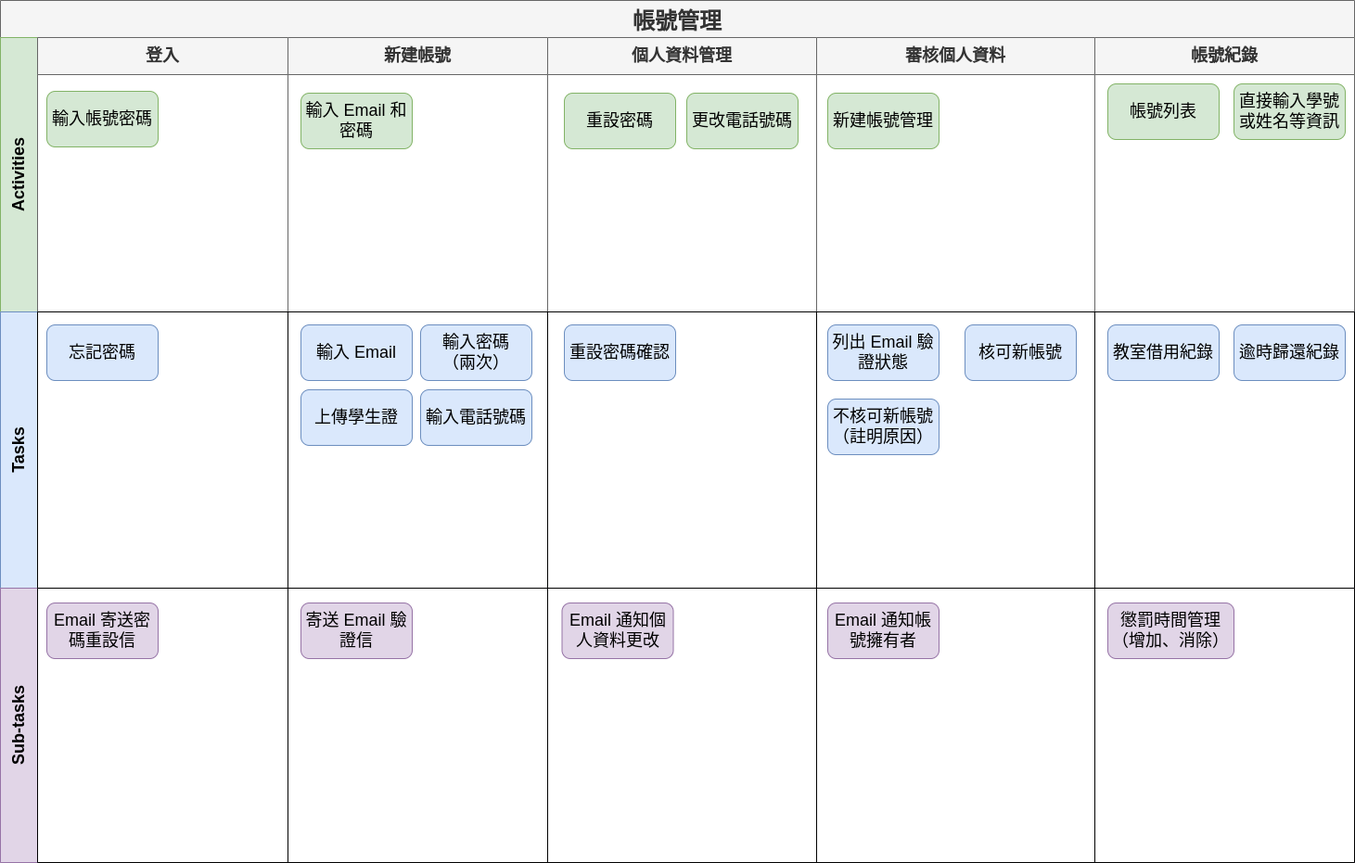
Earlier version of the draw.io export doc/img/UserStoryMap-AccountManagement.png (asas1asas200/NTOUClassroomBorrowing). Source tidied: cells renumbered, new cells last; positions are measured from the earlier drawing's top-left corner, leaving out a move shared by most shapes.
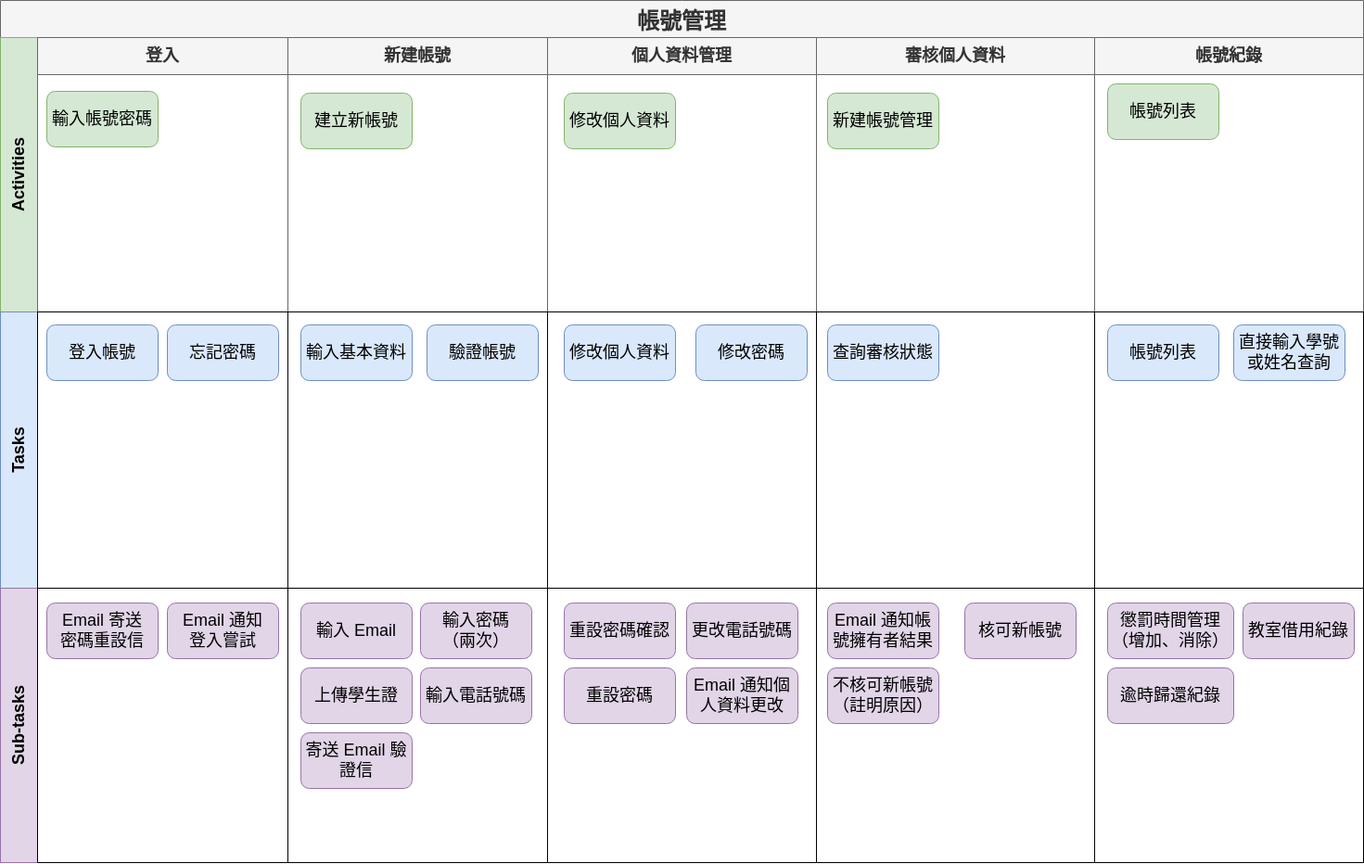
Above is the later version.

Commit message:
fix(SRS): correct User Story Map (Sec. 2)

Diff of the diagram source:
```diff
@@ -3,10 +3,10 @@
     <mxCell id="0" />
     <mxCell id="1" parent="0" />
     <mxCell id="2" value="&lt;font style=&quot;font-size: 24px;&quot;&gt;帳號管理&lt;/font&gt;" style="shape=table;rowLines=0;columnLines=0;startSize=40;html=1;whiteSpace=wrap;fontStyle=1;align=center;labelBackgroundColor=none;strokeWidth=1;fontSize=30;fillColor=#f5f5f5;strokeColor=#666666;fontColor=#333333;" parent="1" vertex="1">
-      <mxGeometry width="1460" height="930" as="geometry" />
+      <mxGeometry width="1470" height="930" as="geometry" />
     </mxCell>
     <mxCell id="3" value="Activities" style="swimlane;horizontal=0;startSize=40;html=1;whiteSpace=wrap;fontStyle=1;fillColor=#d5e8d4;strokeColor=#82b366;fontSize=18;" parent="2" vertex="1">
-      <mxGeometry y="40" width="1460" height="296" as="geometry" />
+      <mxGeometry y="40" width="1470" height="296" as="geometry" />
     </mxCell>
     <mxCell id="4" value="登入" style="swimlane;startSize=40;html=1;whiteSpace=wrap;fillColor=#f5f5f5;strokeColor=#666666;fontColor=#333333;fontSize=18;" parent="3" vertex="1">
       <mxGeometry x="40" width="270" height="296" as="geometry" />
@@ -17,116 +17,140 @@
     <mxCell id="6" value="新建帳號" style="swimlane;startSize=40;html=1;whiteSpace=wrap;fillColor=#f5f5f5;strokeColor=#666666;fontColor=#333333;fontSize=18;" parent="3" vertex="1">
       <mxGeometry x="310" width="280" height="296" as="geometry" />
     </mxCell>
-    <mxCell id="7" value="輸入 Email 和密碼" style="rounded=1;whiteSpace=wrap;html=1;labelBackgroundColor=none;strokeWidth=1;fontSize=18;fillColor=#d5e8d4;strokeColor=#82b366;" parent="6" vertex="1">
+    <mxCell id="7" value="建立新帳號" style="rounded=1;whiteSpace=wrap;html=1;labelBackgroundColor=none;strokeWidth=1;fontSize=18;fillColor=#d5e8d4;strokeColor=#82b366;" parent="6" vertex="1">
       <mxGeometry x="14" y="60" width="120" height="60" as="geometry" />
     </mxCell>
     <mxCell id="8" value="個人資料管理" style="swimlane;startSize=40;html=1;whiteSpace=wrap;fillColor=#f5f5f5;strokeColor=#666666;fontColor=#333333;fontSize=18;" parent="3" vertex="1">
       <mxGeometry x="590" width="290" height="296" as="geometry" />
     </mxCell>
-    <mxCell id="9" value="重設密碼" style="rounded=1;whiteSpace=wrap;html=1;strokeWidth=1;fillColor=#d5e8d4;strokeColor=#82b366;fontSize=18;" parent="8" vertex="1">
+    <mxCell id="9" value="修改個人資料" style="rounded=1;whiteSpace=wrap;html=1;strokeWidth=1;fillColor=#d5e8d4;strokeColor=#82b366;fontSize=18;" parent="8" vertex="1">
       <mxGeometry x="18" y="60" width="120" height="60" as="geometry" />
     </mxCell>
-    <mxCell id="10" value="更改電話號碼" style="rounded=1;whiteSpace=wrap;html=1;strokeWidth=1;fillColor=#d5e8d4;strokeColor=#82b366;fontSize=18;" parent="8" vertex="1">
-      <mxGeometry x="150" y="60" width="120" height="60" as="geometry" />
+    <mxCell id="10" value="審核個人資料" style="swimlane;startSize=40;html=1;whiteSpace=wrap;fillColor=#f5f5f5;strokeColor=#666666;fontColor=#333333;fontSize=18;" parent="3" vertex="1">
+      <mxGeometry x="880" width="300" height="296" as="geometry" />
     </mxCell>
-    <mxCell id="11" value="審核個人資料" style="swimlane;startSize=40;html=1;whiteSpace=wrap;fillColor=#f5f5f5;strokeColor=#666666;fontColor=#333333;fontSize=18;" parent="3" vertex="1">
-      <mxGeometry x="880" width="300" height="296" as="geometry" />
+    <mxCell id="11" value="新建帳號管理" style="rounded=1;whiteSpace=wrap;html=1;strokeWidth=1;fillColor=#d5e8d4;strokeColor=#82b366;fontSize=18;" parent="10" vertex="1">
+      <mxGeometry x="12" y="60" width="120" height="60" as="geometry" />
     </mxCell>
-    <mxCell id="12" value="新建帳號管理" style="rounded=1;whiteSpace=wrap;html=1;strokeWidth=1;fillColor=#d5e8d4;strokeColor=#82b366;fontSize=18;" parent="11" vertex="1">
-      <mxGeometry x="12" y="60" width="120" height="60" as="geometry" />
+    <mxCell id="12" value="帳號紀錄" style="swimlane;startSize=40;html=1;whiteSpace=wrap;fillColor=#f5f5f5;strokeColor=#666666;fontColor=#333333;fontSize=18;" parent="3" vertex="1">
+      <mxGeometry x="1180" width="290" height="296" as="geometry" />
     </mxCell>
-    <mxCell id="13" value="帳號紀錄" style="swimlane;startSize=40;html=1;whiteSpace=wrap;fillColor=#f5f5f5;strokeColor=#666666;fontColor=#333333;fontSize=18;" parent="3" vertex="1">
-      <mxGeometry x="1180" width="280" height="296" as="geometry" />
+    <mxCell id="13" value="帳號列表" style="rounded=1;whiteSpace=wrap;html=1;strokeWidth=1;fillColor=#d5e8d4;strokeColor=#82b366;fontSize=18;" parent="12" vertex="1">
+      <mxGeometry x="14" y="50" width="120" height="60" as="geometry" />
     </mxCell>
-    <mxCell id="14" value="帳號列表" style="rounded=1;whiteSpace=wrap;html=1;strokeWidth=1;fillColor=#d5e8d4;strokeColor=#82b366;fontSize=18;" parent="13" vertex="1">
-      <mxGeometry x="14" y="50" width="120" height="60" as="geometry" />
+    <mxCell id="14" value="Tasks" style="swimlane;horizontal=0;startSize=40;html=1;whiteSpace=wrap;fillColor=#dae8fc;strokeColor=#6c8ebf;fontSize=18;" parent="2" vertex="1">
+      <mxGeometry y="336" width="1470" height="298" as="geometry" />
     </mxCell>
-    <mxCell id="15" value="直接輸入學號或姓名等資訊" style="rounded=1;whiteSpace=wrap;html=1;strokeWidth=1;fillColor=#d5e8d4;strokeColor=#82b366;fontSize=18;" parent="13" vertex="1">
-      <mxGeometry x="150" y="50" width="120" height="60" as="geometry" />
+    <mxCell id="15" style="swimlane;startSize=0;html=1;whiteSpace=wrap;fontSize=18;" parent="14" vertex="1">
+      <mxGeometry x="40" width="270" height="298" as="geometry" />
     </mxCell>
-    <mxCell id="16" value="Tasks" style="swimlane;horizontal=0;startSize=40;html=1;whiteSpace=wrap;fillColor=#dae8fc;strokeColor=#6c8ebf;fontSize=18;" parent="2" vertex="1">
-      <mxGeometry y="336" width="1460" height="298" as="geometry" />
+    <mxCell id="16" value="登入帳號" style="rounded=1;whiteSpace=wrap;html=1;strokeWidth=1;fillColor=#dae8fc;strokeColor=#6c8ebf;fontSize=18;" parent="15" vertex="1">
+      <mxGeometry x="10" y="14" width="120" height="60" as="geometry" />
     </mxCell>
-    <mxCell id="17" style="swimlane;startSize=0;html=1;whiteSpace=wrap;fontSize=18;" parent="16" vertex="1">
-      <mxGeometry x="40" width="270" height="298" as="geometry" />
+    <mxCell id="17" value="忘記密碼" style="rounded=1;whiteSpace=wrap;html=1;strokeWidth=1;fillColor=#dae8fc;strokeColor=#6c8ebf;fontSize=18;" parent="15" vertex="1">
+      <mxGeometry x="140" y="14" width="120" height="60" as="geometry" />
     </mxCell>
-    <mxCell id="18" value="忘記密碼" style="rounded=1;whiteSpace=wrap;html=1;strokeWidth=1;fillColor=#dae8fc;strokeColor=#6c8ebf;fontSize=18;" parent="17" vertex="1">
-      <mxGeometry x="10" y="14" width="120" height="60" as="geometry" />
+    <mxCell id="18" style="swimlane;startSize=0;html=1;whiteSpace=wrap;fontSize=18;" parent="14" vertex="1">
+      <mxGeometry x="310" width="280" height="298" as="geometry" />
     </mxCell>
-    <mxCell id="19" style="swimlane;startSize=0;html=1;whiteSpace=wrap;fontSize=18;" parent="16" vertex="1">
-      <mxGeometry x="310" width="280" height="298" as="geometry" />
+    <mxCell id="19" value="輸入基本資料" style="rounded=1;whiteSpace=wrap;html=1;strokeWidth=1;fillColor=#dae8fc;strokeColor=#6c8ebf;fontSize=18;" parent="18" vertex="1">
+      <mxGeometry x="14" y="14" width="120" height="60" as="geometry" />
     </mxCell>
-    <mxCell id="20" value="上傳學生證" style="rounded=1;whiteSpace=wrap;html=1;strokeWidth=1;fillColor=#dae8fc;strokeColor=#6c8ebf;fontSize=18;" parent="19" vertex="1">
-      <mxGeometry x="14" y="84" width="120" height="60" as="geometry" />
+    <mxCell id="20" value="驗證帳號" style="rounded=1;whiteSpace=wrap;html=1;strokeWidth=1;fillColor=#dae8fc;strokeColor=#6c8ebf;fontSize=18;" parent="18" vertex="1">
+      <mxGeometry x="150" y="14" width="120" height="60" as="geometry" />
     </mxCell>
-    <mxCell id="21" value="輸入 Email" style="rounded=1;whiteSpace=wrap;html=1;strokeWidth=1;fillColor=#dae8fc;strokeColor=#6c8ebf;fontSize=18;" parent="19" vertex="1">
-      <mxGeometry x="14" y="14" width="120" height="60" as="geometry" />
+    <mxCell id="21" style="swimlane;startSize=0;html=1;whiteSpace=wrap;fontSize=18;" parent="14" vertex="1">
+      <mxGeometry x="590" width="290" height="298" as="geometry" />
     </mxCell>
-    <mxCell id="22" value="輸入電話號碼" style="rounded=1;whiteSpace=wrap;html=1;strokeWidth=1;fillColor=#dae8fc;strokeColor=#6c8ebf;fontSize=18;" parent="19" vertex="1">
-      <mxGeometry x="143" y="84" width="120" height="60" as="geometry" />
+    <mxCell id="22" value="修改個人資料" style="rounded=1;whiteSpace=wrap;html=1;strokeWidth=1;fillColor=#dae8fc;strokeColor=#6c8ebf;fontSize=18;" parent="21" vertex="1">
+      <mxGeometry x="18" y="14" width="120" height="60" as="geometry" />
     </mxCell>
-    <mxCell id="23" value="輸入密碼&lt;br&gt;（兩次）" style="rounded=1;whiteSpace=wrap;html=1;strokeWidth=1;fillColor=#dae8fc;strokeColor=#6c8ebf;fontSize=18;" parent="19" vertex="1">
-      <mxGeometry x="143" y="14" width="120" height="60" as="geometry" />
+    <mxCell id="23" value="修改密碼" style="rounded=1;whiteSpace=wrap;html=1;strokeWidth=1;fillColor=#dae8fc;strokeColor=#6c8ebf;fontSize=18;" parent="21" vertex="1">
+      <mxGeometry x="160" y="14" width="120" height="60" as="geometry" />
     </mxCell>
-    <mxCell id="24" style="swimlane;startSize=0;html=1;whiteSpace=wrap;fontSize=18;" parent="16" vertex="1">
-      <mxGeometry x="590" width="290" height="298" as="geometry" />
+    <mxCell id="24" style="swimlane;startSize=0;html=1;whiteSpace=wrap;fontSize=18;" parent="14" vertex="1">
+      <mxGeometry x="880" width="300" height="298" as="geometry" />
     </mxCell>
-    <mxCell id="25" value="重設密碼確認" style="rounded=1;whiteSpace=wrap;html=1;strokeWidth=1;fillColor=#dae8fc;strokeColor=#6c8ebf;fontSize=18;" parent="24" vertex="1">
-      <mxGeometry x="18" y="14" width="120" height="60" as="geometry" />
+    <mxCell id="25" value="查詢審核狀態" style="rounded=1;whiteSpace=wrap;html=1;strokeWidth=1;fillColor=#dae8fc;strokeColor=#6c8ebf;fontSize=18;" parent="24" vertex="1">
+      <mxGeometry x="12" y="14" width="120" height="60" as="geometry" />
     </mxCell>
-    <mxCell id="26" style="swimlane;startSize=0;html=1;whiteSpace=wrap;fontSize=18;" parent="16" vertex="1">
-      <mxGeometry x="880" width="300" height="298" as="geometry" />
+    <mxCell id="26" style="swimlane;startSize=0;html=1;whiteSpace=wrap;fontSize=18;" parent="14" vertex="1">
+      <mxGeometry x="1180" width="290" height="298" as="geometry" />
     </mxCell>
-    <mxCell id="27" value="列出 Email 驗證狀態" style="rounded=1;whiteSpace=wrap;html=1;strokeWidth=1;fillColor=#dae8fc;strokeColor=#6c8ebf;fontSize=18;" parent="26" vertex="1">
-      <mxGeometry x="12" y="14" width="120" height="60" as="geometry" />
+    <mxCell id="27" value="帳號列表" style="rounded=1;whiteSpace=wrap;html=1;strokeWidth=1;fillColor=#dae8fc;strokeColor=#6c8ebf;fontSize=18;" parent="26" vertex="1">
+      <mxGeometry x="14" y="14" width="120" height="60" as="geometry" />
     </mxCell>
-    <mxCell id="28" value="核可新帳號" style="rounded=1;whiteSpace=wrap;html=1;strokeWidth=1;fillColor=#dae8fc;strokeColor=#6c8ebf;fontSize=18;" parent="26" vertex="1">
-      <mxGeometry x="160" y="14" width="120" height="60" as="geometry" />
+    <mxCell id="28" value="直接輸入學號或姓名查詢" style="rounded=1;whiteSpace=wrap;html=1;strokeWidth=1;fillColor=#dae8fc;strokeColor=#6c8ebf;fontSize=18;" parent="26" vertex="1">
+      <mxGeometry x="150" y="14" width="120" height="60" as="geometry" />
     </mxCell>
-    <mxCell id="29" value="不核可新帳號（註明原因）" style="rounded=1;whiteSpace=wrap;html=1;strokeWidth=1;fillColor=#dae8fc;strokeColor=#6c8ebf;fontSize=18;" parent="26" vertex="1">
-      <mxGeometry x="12" y="94" width="120" height="60" as="geometry" />
+    <mxCell id="29" value="Sub-tasks" style="swimlane;horizontal=0;startSize=40;html=1;whiteSpace=wrap;fillColor=#e1d5e7;strokeColor=#9673a6;fontSize=18;" parent="2" vertex="1">
+      <mxGeometry y="634" width="1470" height="296" as="geometry" />
     </mxCell>
-    <mxCell id="30" style="swimlane;startSize=0;html=1;whiteSpace=wrap;fontSize=18;" parent="16" vertex="1">
-      <mxGeometry x="1180" width="280" height="298" as="geometry" />
+    <mxCell id="30" style="swimlane;startSize=0;html=1;whiteSpace=wrap;fontSize=18;" parent="29" vertex="1">
+      <mxGeometry x="40" width="270" height="296" as="geometry" />
     </mxCell>
-    <mxCell id="31" value="教室借用紀錄" style="rounded=1;whiteSpace=wrap;html=1;strokeWidth=1;fillColor=#dae8fc;strokeColor=#6c8ebf;fontSize=18;" parent="30" vertex="1">
-      <mxGeometry x="14" y="14" width="120" height="60" as="geometry" />
+    <mxCell id="31" value="Email 寄送&lt;br&gt;密碼重設信" style="rounded=1;whiteSpace=wrap;html=1;strokeWidth=1;fillColor=#e1d5e7;strokeColor=#9673a6;fontSize=18;" parent="30" vertex="1">
+      <mxGeometry x="10" y="16" width="120" height="60" as="geometry" />
     </mxCell>
-    <mxCell id="32" value="逾時歸還紀錄" style="rounded=1;whiteSpace=wrap;html=1;strokeWidth=1;fillColor=#dae8fc;strokeColor=#6c8ebf;fontSize=18;" parent="30" vertex="1">
-      <mxGeometry x="150" y="14" width="120" height="60" as="geometry" />
+    <mxCell id="32" value="Email 通知&lt;br&gt;登入嘗試" style="rounded=1;whiteSpace=wrap;html=1;strokeWidth=1;fillColor=#e1d5e7;strokeColor=#9673a6;fontSize=18;" parent="30" vertex="1">
+      <mxGeometry x="140" y="16" width="120" height="60" as="geometry" />
     </mxCell>
-    <mxCell id="33" value="Sub-tasks" style="swimlane;horizontal=0;startSize=40;html=1;whiteSpace=wrap;fillColor=#e1d5e7;strokeColor=#9673a6;fontSize=18;" parent="2" vertex="1">
-      <mxGeometry y="634" width="1460" height="296" as="geometry" />
+    <mxCell id="33" style="swimlane;startSize=0;html=1;whiteSpace=wrap;fontSize=18;" parent="29" vertex="1">
+      <mxGeometry x="310" width="280" height="296" as="geometry" />
     </mxCell>
-    <mxCell id="34" style="swimlane;startSize=0;html=1;whiteSpace=wrap;fontSize=18;" parent="33" vertex="1">
-      <mxGeometry x="40" width="270" height="296" as="geometry" />
+    <mxCell id="34" value="輸入 Email" style="rounded=1;whiteSpace=wrap;html=1;strokeWidth=1;fillColor=#e1d5e7;strokeColor=#9673a6;fontSize=18;" parent="33" vertex="1">
+      <mxGeometry x="14" y="16" width="120" height="60" as="geometry" />
     </mxCell>
-    <mxCell id="35" value="Email 寄送密碼重設信" style="rounded=1;whiteSpace=wrap;html=1;strokeWidth=1;fillColor=#e1d5e7;strokeColor=#9673a6;fontSize=18;" parent="34" vertex="1">
-      <mxGeometry x="10" y="16" width="120" height="60" as="geometry" />
+    <mxCell id="35" value="上傳學生證" style="rounded=1;whiteSpace=wrap;html=1;strokeWidth=1;fillColor=#e1d5e7;strokeColor=#9673a6;fontSize=18;" parent="33" vertex="1">
+      <mxGeometry x="14" y="86" width="120" height="60" as="geometry" />
     </mxCell>
-    <mxCell id="36" style="swimlane;startSize=0;html=1;whiteSpace=wrap;fontSize=18;" parent="33" vertex="1">
-      <mxGeometry x="310" width="280" height="296" as="geometry" />
+    <mxCell id="36" value="輸入電話號碼" style="rounded=1;whiteSpace=wrap;html=1;strokeWidth=1;fillColor=#e1d5e7;strokeColor=#9673a6;fontSize=18;" parent="33" vertex="1">
+      <mxGeometry x="143" y="86" width="120" height="60" as="geometry" />
     </mxCell>
-    <mxCell id="37" value="寄送 Email 驗證信" style="rounded=1;whiteSpace=wrap;html=1;strokeWidth=1;fillColor=#e1d5e7;strokeColor=#9673a6;fontSize=18;" parent="36" vertex="1">
-      <mxGeometry x="14" y="16" width="120" height="60" as="geometry" />
+    <mxCell id="37" value="輸入密碼&lt;br&gt;（兩次）" style="rounded=1;whiteSpace=wrap;html=1;strokeWidth=1;fillColor=#e1d5e7;strokeColor=#9673a6;fontSize=18;" parent="33" vertex="1">
+      <mxGeometry x="143" y="16" width="120" height="60" as="geometry" />
     </mxCell>
-    <mxCell id="38" style="swimlane;startSize=0;html=1;whiteSpace=wrap;fontSize=18;" parent="33" vertex="1">
-      <mxGeometry x="590" width="290" height="296" as="geometry" />
+    <mxCell id="38" value="寄送 Email 驗證信" style="rounded=1;whiteSpace=wrap;html=1;strokeWidth=1;fillColor=#e1d5e7;strokeColor=#9673a6;fontSize=18;" parent="33" vertex="1">
+      <mxGeometry x="14" y="156" width="120" height="60" as="geometry" />
     </mxCell>
-    <mxCell id="39" value="Email 通知個人資料更改" style="rounded=1;whiteSpace=wrap;html=1;strokeWidth=1;fillColor=#e1d5e7;strokeColor=#9673a6;fontSize=18;" parent="38" vertex="1">
-      <mxGeometry x="15.5" y="16" width="120" height="60" as="geometry" />
+    <mxCell id="39" style="swimlane;startSize=0;html=1;whiteSpace=wrap;fontSize=18;" parent="29" vertex="1">
+      <mxGeometry x="590" width="290" height="296" as="geometry" />
     </mxCell>
-    <mxCell id="40" style="swimlane;startSize=0;html=1;whiteSpace=wrap;fontSize=18;" parent="33" vertex="1">
-      <mxGeometry x="880" width="300" height="296" as="geometry" />
+    <mxCell id="40" value="重設密碼確認" style="rounded=1;whiteSpace=wrap;html=1;strokeWidth=1;fillColor=#e1d5e7;strokeColor=#9673a6;fontSize=18;" parent="39" vertex="1">
+      <mxGeometry x="18" y="16" width="120" height="60" as="geometry" />
     </mxCell>
-    <mxCell id="41" value="Email 通知帳號擁有者" style="rounded=1;whiteSpace=wrap;html=1;strokeWidth=1;fillColor=#e1d5e7;strokeColor=#9673a6;fontSize=18;" parent="40" vertex="1">
-      <mxGeometry x="12" y="16" width="120" height="60" as="geometry" />
+    <mxCell id="41" value="更改電話號碼" style="rounded=1;whiteSpace=wrap;html=1;strokeWidth=1;fillColor=#e1d5e7;strokeColor=#9673a6;fontSize=18;" parent="39" vertex="1">
+      <mxGeometry x="150" y="16" width="120" height="60" as="geometry" />
     </mxCell>
-    <mxCell id="42" style="swimlane;startSize=0;html=1;whiteSpace=wrap;fontSize=18;" parent="33" vertex="1">
-      <mxGeometry x="1180" width="280" height="296" as="geometry" />
+    <mxCell id="42" value="重設密碼" style="rounded=1;whiteSpace=wrap;html=1;strokeWidth=1;fillColor=#e1d5e7;strokeColor=#9673a6;fontSize=18;" parent="39" vertex="1">
+      <mxGeometry x="18" y="86" width="120" height="60" as="geometry" />
     </mxCell>
-    <mxCell id="43" value="懲罰時間管理（增加、消除）" style="rounded=1;whiteSpace=wrap;html=1;strokeWidth=1;fillColor=#e1d5e7;strokeColor=#9673a6;fontSize=18;" parent="42" vertex="1">
-      <mxGeometry x="14" y="16" width="136" height="60" as="geometry" />
+    <mxCell id="43" value="Email 通知個人資料更改" style="rounded=1;whiteSpace=wrap;html=1;strokeWidth=1;fillColor=#e1d5e7;strokeColor=#9673a6;fontSize=18;" parent="39" vertex="1">
+      <mxGeometry x="150" y="86" width="120" height="60" as="geometry" />
     </mxCell>
+    <mxCell id="44" style="swimlane;startSize=0;html=1;whiteSpace=wrap;fontSize=18;" parent="29" vertex="1">
+      <mxGeometry x="880" width="300" height="296" as="geometry" />
+    </mxCell>
+    <mxCell id="45" value="Email 通知帳號擁有者結果" style="rounded=1;whiteSpace=wrap;html=1;strokeWidth=1;fillColor=#e1d5e7;strokeColor=#9673a6;fontSize=18;" parent="44" vertex="1">
+      <mxGeometry x="12" y="16" width="120" height="60" as="geometry" />
+    </mxCell>
+    <mxCell id="46" value="核可新帳號" style="rounded=1;whiteSpace=wrap;html=1;strokeWidth=1;fillColor=#e1d5e7;strokeColor=#9673a6;fontSize=18;" parent="44" vertex="1">
+      <mxGeometry x="160" y="16" width="120" height="60" as="geometry" />
+    </mxCell>
+    <mxCell id="47" value="不核可新帳號（註明原因）" style="rounded=1;whiteSpace=wrap;html=1;strokeWidth=1;fillColor=#e1d5e7;strokeColor=#9673a6;fontSize=18;" parent="44" vertex="1">
+      <mxGeometry x="12" y="86" width="120" height="60" as="geometry" />
+    </mxCell>
+    <mxCell id="48" style="swimlane;startSize=0;html=1;whiteSpace=wrap;fontSize=18;" parent="29" vertex="1">
+      <mxGeometry x="1180" width="290" height="296" as="geometry" />
+    </mxCell>
+    <mxCell id="49" value="懲罰時間管理（增加、消除）" style="rounded=1;whiteSpace=wrap;html=1;strokeWidth=1;fillColor=#e1d5e7;strokeColor=#9673a6;fontSize=18;" parent="48" vertex="1">
+      <mxGeometry x="14" y="16" width="136" height="60" as="geometry" />
+    </mxCell>
+    <mxCell id="50" value="教室借用紀錄" style="rounded=1;whiteSpace=wrap;html=1;strokeWidth=1;fillColor=#e1d5e7;strokeColor=#9673a6;fontSize=18;" parent="48" vertex="1">
+      <mxGeometry x="160" y="16" width="120" height="60" as="geometry" />
+    </mxCell>
+    <mxCell id="51" value="逾時歸還紀錄" style="rounded=1;whiteSpace=wrap;html=1;strokeWidth=1;fillColor=#e1d5e7;strokeColor=#9673a6;fontSize=18;" parent="48" vertex="1">
+      <mxGeometry x="14" y="86" width="136" height="60" as="geometry" />
+    </mxCell>
   </root>
 </mxGraphModel>
```
